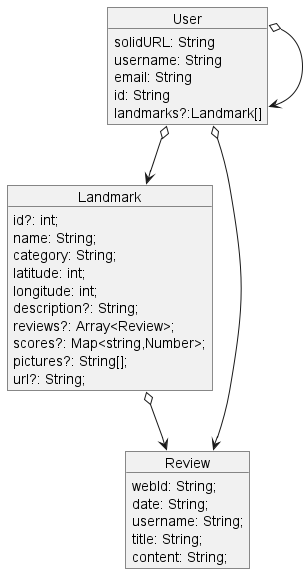
Earlier version of the PlantUML export images/ConceptsDiagram.png (Arquisoft/lomap_en2b).
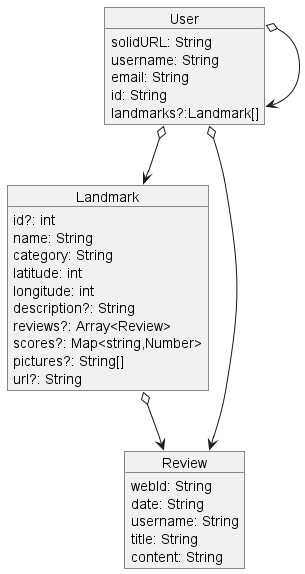
The same file after the commit.

Change to the diagram source:
```diff
@@ -8,24 +8,24 @@
 }
 
 object Landmark{
-    id?: int;
-    name: String;
-    category: String;
-    latitude: int;
-    longitude: int;
-    description?: String;
-    reviews?: Array<Review>;
-    scores?: Map<string,Number>;
-    pictures?: String[];
-    url?: String;
+    id?: int
+    name: String
+    category: String
+    latitude: int
+    longitude: int
+    description?: String
+    reviews?: Array<Review>
+    scores?: Map<string,Number>
+    pictures?: String[]
+    url?: String
 }
 
 object Review{
-    webId: String;
-    date: String;
-    username: String;
-    title: String;
-    content: String;
+    webId: String
+    date: String
+    username: String
+    title: String
+    content: String
 }
 
 User o--> User
```
